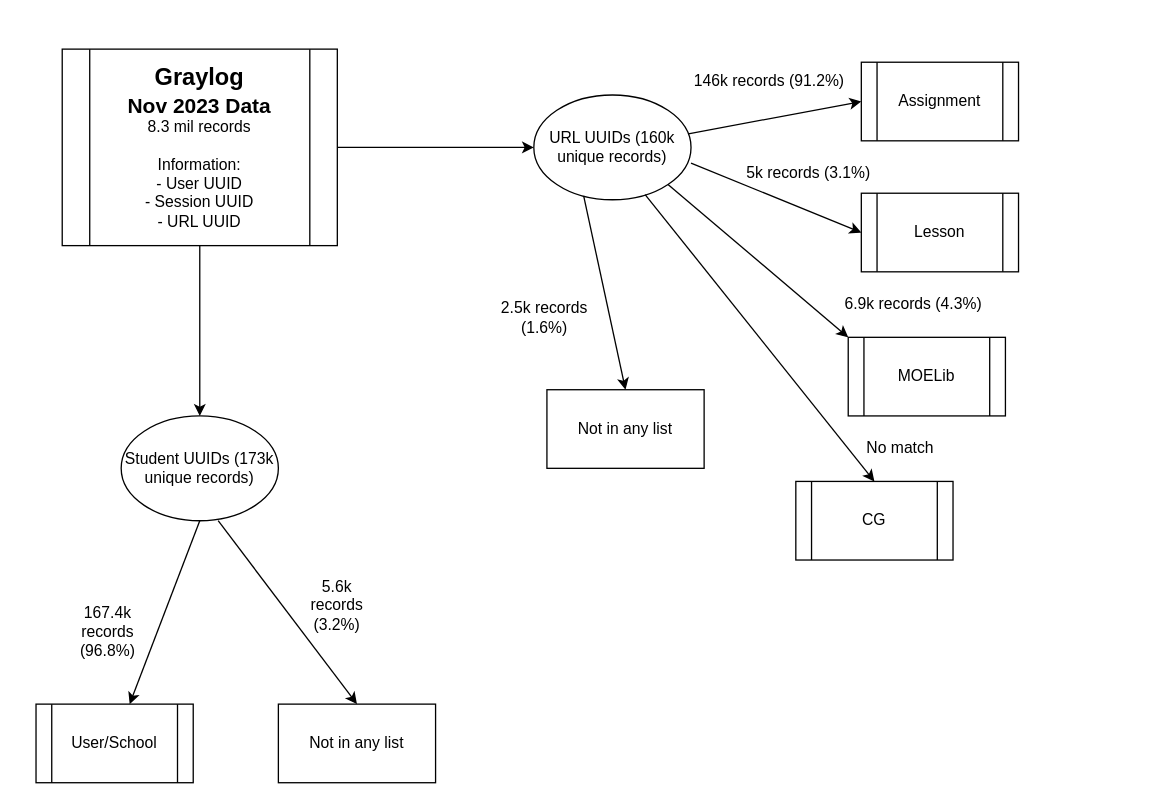
The draw.io diagram Untitled Diagram.drawio in munglin/psychological, before the edit. Source tidied: cells renumbered, new cells numbered last; positions are measured from the earlier drawing's top-left corner, leaving out a move shared by most shapes. Both pictures are drawn from the tidied source at 131%, with x=0, y=0 at pixel (35, 48).
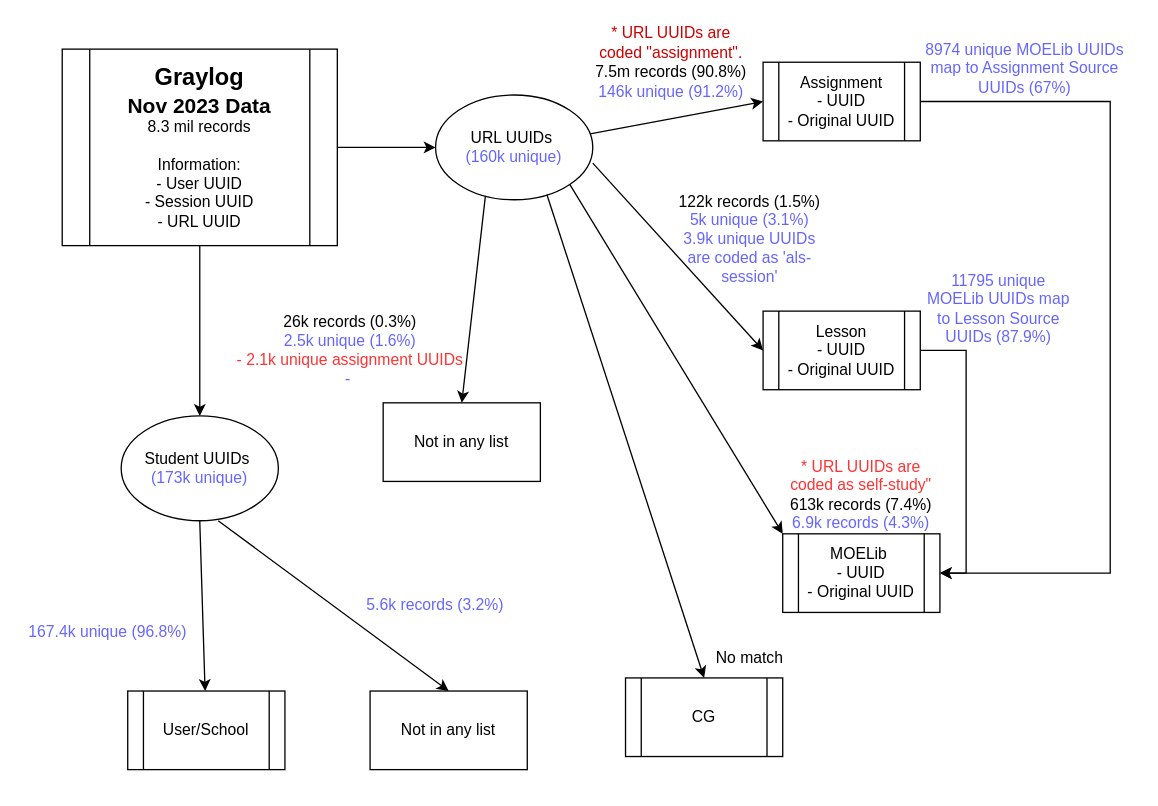
After the change.

Diff of the diagram source:
```diff
@@
-    <mxCell id="5" value="URL UUIDs (160k unique records)" style="ellipse;whiteSpace=wrap;html=1;" parent="1" vertex="1">
-      <mxGeometry x="380" y="35" width="120" height="80" as="geometry" />
+    <mxCell id="5" value="URL UUIDs&amp;nbsp;&lt;div&gt;&lt;font color=&quot;#6666ff&quot;&gt;(160k unique)&lt;/font&gt;&lt;/div&gt;" style="ellipse;whiteSpace=wrap;html=1;" parent="1" vertex="1">
+      <mxGeometry x="305" y="35" width="120" height="80" as="geometry" />
     </mxCell>
-    <mxCell id="6" value="Student UUIDs (173k unique records)" style="ellipse;whiteSpace=wrap;html=1;" parent="1" vertex="1">
+    <mxCell id="6" value="Student UUIDs&amp;nbsp;&lt;div&gt;&lt;font color=&quot;#6666ff&quot;&gt;(173k unique)&lt;/font&gt;&lt;/div&gt;" style="ellipse;whiteSpace=wrap;html=1;" parent="1" vertex="1">
       <mxGeometry x="65" y="280" width="120" height="80" as="geometry" />
     </mxCell>
+    <mxCell id="28" style="edgeStyle=orthogonalEdgeStyle;rounded=0;jettySize=auto;html=1;entryX=1;entryY=0.5;entryDx=0;entryDy=0;" parent="1" edge="1" source="7" target="9">
+      <mxGeometry relative="1" as="geometry">
+        <Array as="points">
+          <mxPoint x="820" y="40" />
+          <mxPoint x="820" y="400" />
+        </Array>
+      </mxGeometry>
+    </mxCell>
-    <mxCell id="7" value="Assignment" style="shape=process;whiteSpace=wrap;html=1;backgroundOutline=1;" parent="1" vertex="1">
-      <mxGeometry x="630" y="10" width="120" height="60" as="geometry" />
+    <mxCell id="7" value="Assignment&lt;div&gt;&lt;div&gt;- UUID&lt;/div&gt;&lt;/div&gt;&lt;div&gt;- Original UUID&lt;/div&gt;" style="shape=process;whiteSpace=wrap;html=1;backgroundOutline=1;" parent="1" vertex="1">
+      <mxGeometry x="555" y="10" width="120" height="60" as="geometry" />
     </mxCell>
+    <mxCell id="29" style="edgeStyle=orthogonalEdgeStyle;rounded=0;jettySize=auto;html=1;entryX=1;entryY=0.5;entryDx=0;entryDy=0;" parent="1" edge="1" source="8" target="9">
+      <mxGeometry relative="1" as="geometry">
+        <Array as="points">
+          <mxPoint x="710" y="230" />
+          <mxPoint x="710" y="400" />
+        </Array>
+      </mxGeometry>
+    </mxCell>
-    <mxCell id="8" value="Lesson" style="shape=process;whiteSpace=wrap;html=1;backgroundOutline=1;" parent="1" vertex="1">
-      <mxGeometry x="630" y="110" width="120" height="60" as="geometry" />
+    <mxCell id="8" value="Lesson&lt;div&gt;- UUID&lt;/div&gt;&lt;div&gt;- Original UUID&lt;/div&gt;" style="shape=process;whiteSpace=wrap;html=1;backgroundOutline=1;" parent="1" vertex="1">
+      <mxGeometry x="555" y="200" width="120" height="60" as="geometry" />
     </mxCell>
-    <mxCell id="9" value="MOELib" style="shape=process;whiteSpace=wrap;html=1;backgroundOutline=1;" parent="1" vertex="1">
-      <mxGeometry x="620" y="220" width="120" height="60" as="geometry" />
+    <mxCell id="9" value="MOELib&amp;nbsp;&lt;div&gt;- UUID&lt;/div&gt;&lt;div&gt;- Original UUID&lt;/div&gt;" style="shape=process;whiteSpace=wrap;html=1;backgroundOutline=1;" parent="1" vertex="1">
+      <mxGeometry x="570" y="370" width="120" height="60" as="geometry" />
     </mxCell>
     <mxCell id="10" value="CG" style="shape=process;whiteSpace=wrap;html=1;backgroundOutline=1;" parent="1" vertex="1">
-      <mxGeometry x="580" y="330" width="120" height="60" as="geometry" />
+      <mxGeometry x="450" y="480" width="120" height="60" as="geometry" />
     </mxCell>
@@
     <mxCell id="15" value="Not in any list" style="rounded=0;whiteSpace=wrap;html=1;" parent="1" vertex="1">
-      <mxGeometry x="390" y="260" width="120" height="60" as="geometry" />
+      <mxGeometry x="265" y="270" width="120" height="60" as="geometry" />
     </mxCell>
@@
-    <mxCell id="17" value="146k records (91.2%)" style="text;html=1;align=center;verticalAlign=middle;whiteSpace=wrap;rounded=0;" parent="1" vertex="1">
-      <mxGeometry x="500" y="10" width="120" height="30" as="geometry" />
+    <mxCell id="17" value="&lt;div&gt;7.5m records (90.8%)&lt;/div&gt;&lt;font color=&quot;#6666ff&quot;&gt;146k unique (91.2%)&lt;/font&gt;" style="text;html=1;align=center;verticalAlign=middle;whiteSpace=wrap;rounded=0;" parent="1" vertex="1">
+      <mxGeometry x="425" y="10" width="120" height="30" as="geometry" />
     </mxCell>
-    <mxCell id="18" value="5k records (3.1%)" style="text;html=1;align=center;verticalAlign=middle;whiteSpace=wrap;rounded=0;" parent="1" vertex="1">
-      <mxGeometry x="530" y="80" width="120" height="30" as="geometry" />
+    <mxCell id="18" value="&lt;div&gt;122k records (1.5%)&lt;/div&gt;&lt;font color=&quot;#6666ff&quot;&gt;5k unique (3.1%)&lt;/font&gt;&lt;div&gt;&lt;font color=&quot;#6666ff&quot;&gt;&lt;span style=&quot;caret-color: rgb(102, 102, 255);&quot;&gt;3.9k unique UUIDs are coded as 'als-session'&lt;/span&gt;&lt;/font&gt;&lt;/div&gt;" style="text;html=1;align=center;verticalAlign=middle;whiteSpace=wrap;rounded=0;" parent="1" vertex="1">
+      <mxGeometry x="485" y="130" width="120" height="30" as="geometry" />
     </mxCell>
-    <mxCell id="19" value="6.9k records (4.3%)" style="text;html=1;align=center;verticalAlign=middle;whiteSpace=wrap;rounded=0;" parent="1" vertex="1">
-      <mxGeometry x="610" y="180" width="120" height="30" as="geometry" />
+    <mxCell id="19" value="&lt;div&gt;&lt;font color=&quot;#ff3333&quot;&gt;* URL UUIDs are coded as self-study&quot;&lt;/font&gt;&lt;/div&gt;&lt;div&gt;613k records (7.4%)&lt;/div&gt;&lt;font color=&quot;#6666ff&quot;&gt;6.9k records (4.3%)&lt;/font&gt;" style="text;html=1;align=center;verticalAlign=middle;whiteSpace=wrap;rounded=0;" parent="1" vertex="1">
+      <mxGeometry x="570" y="310" width="120" height="60" as="geometry" />
     </mxCell>
-    <mxCell id="20" value="2.5k records&amp;nbsp;&lt;div&gt;(1.6%)&amp;nbsp;&lt;/div&gt;" style="text;html=1;align=center;verticalAlign=middle;whiteSpace=wrap;rounded=0;" parent="1" vertex="1">
-      <mxGeometry x="330" y="190" width="120" height="30" as="geometry" />
+    <mxCell id="20" value="&lt;div&gt;26k records (0.3%)&lt;/div&gt;&lt;font color=&quot;#6666ff&quot;&gt;2.5k unique&amp;nbsp;&lt;/font&gt;&lt;span style=&quot;color: rgb(102, 102, 255);&quot;&gt;(1.6%)&lt;/span&gt;&lt;div&gt;&lt;font color=&quot;#ff3333&quot;&gt;- 2.1k unique assignment UUIDs&lt;/font&gt;&lt;/div&gt;&lt;div&gt;&lt;span style=&quot;color: rgb(102, 102, 255);&quot;&gt;-&amp;nbsp;&lt;/span&gt;&lt;/div&gt;" style="text;html=1;align=center;verticalAlign=middle;whiteSpace=wrap;rounded=0;" parent="1" vertex="1">
+      <mxGeometry x="150" y="215" width="180" height="30" as="geometry" />
     </mxCell>
     <mxCell id="21" value="User/School" style="shape=process;whiteSpace=wrap;html=1;backgroundOutline=1;" parent="1" vertex="1">
-      <mxGeometry y="500" width="120" height="60" as="geometry" />
+      <mxGeometry x="70" y="490" width="120" height="60" as="geometry" />
     </mxCell>
@@
-    <mxCell id="23" value="167.4k records (96.8%)" style="text;html=1;align=center;verticalAlign=middle;whiteSpace=wrap;rounded=0;" parent="1" vertex="1">
-      <mxGeometry x="20" y="430" width="70" height="30" as="geometry" />
+    <mxCell id="23" value="&lt;font color=&quot;#6666ff&quot;&gt;167.4k unique (96.8%)&lt;/font&gt;" style="text;html=1;align=center;verticalAlign=middle;whiteSpace=wrap;rounded=0;" parent="1" vertex="1">
+      <mxGeometry x="-10" y="430" width="130" height="30" as="geometry" />
     </mxCell>
     <mxCell id="24" value="Not in any list" style="rounded=0;whiteSpace=wrap;html=1;" parent="1" vertex="1">
-      <mxGeometry x="185" y="500" width="120" height="60" as="geometry" />
+      <mxGeometry x="255" y="490" width="120" height="60" as="geometry" />
     </mxCell>
@@
-    <mxCell id="26" value="5.6k records (3.2%)" style="text;html=1;align=center;verticalAlign=middle;whiteSpace=wrap;rounded=0;" parent="1" vertex="1">
-      <mxGeometry x="200" y="410" width="60" height="30" as="geometry" />
+    <mxCell id="26" value="&lt;font color=&quot;#6666ff&quot;&gt;5.6k records (3.2%)&lt;/font&gt;" style="text;html=1;align=center;verticalAlign=middle;whiteSpace=wrap;rounded=0;" parent="1" vertex="1">
+      <mxGeometry x="250" y="410" width="110" height="30" as="geometry" />
     </mxCell>
     <mxCell id="27" value="No match" style="text;html=1;align=center;verticalAlign=middle;whiteSpace=wrap;rounded=0;" parent="1" vertex="1">
-      <mxGeometry x="600" y="290" width="120" height="30" as="geometry" />
+      <mxGeometry x="485" y="450" width="120" height="30" as="geometry" />
     </mxCell>
+    <mxCell id="30" value="&lt;font color=&quot;#6666ff&quot;&gt;8974 unique MOELib UUIDs map to Assignment Source UUIDs (67%)&lt;/font&gt;" style="text;html=1;align=center;verticalAlign=middle;whiteSpace=wrap;rounded=0;" parent="1" vertex="1">
+      <mxGeometry x="670" width="170" height="30" as="geometry" />
+    </mxCell>
+    <mxCell id="31" value="&lt;font color=&quot;#6666ff&quot;&gt;11795 unique MOELib UUIDs map to Lesson Source UUIDs (87.9%)&lt;/font&gt;" style="text;html=1;align=center;verticalAlign=middle;whiteSpace=wrap;rounded=0;" parent="1" vertex="1">
+      <mxGeometry x="675" y="195" width="120" height="5" as="geometry" />
+    </mxCell>
+    <mxCell id="32" value="&lt;font color=&quot;#cc0000&quot;&gt;* URL UUIDs are coded &quot;assignment&quot;.&lt;/font&gt;" style="text;html=1;align=center;verticalAlign=middle;whiteSpace=wrap;rounded=0;" parent="1" vertex="1">
+      <mxGeometry x="425" y="-20" width="120" height="30" as="geometry" />
+    </mxCell>
```
